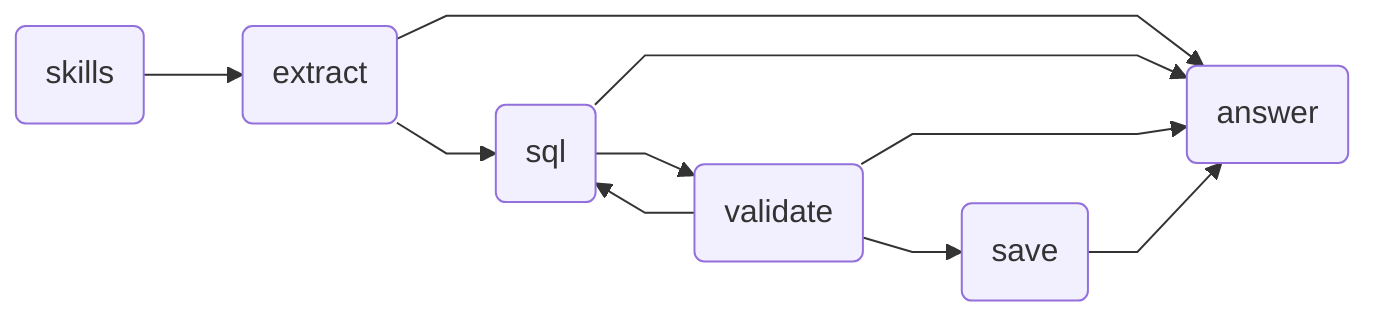
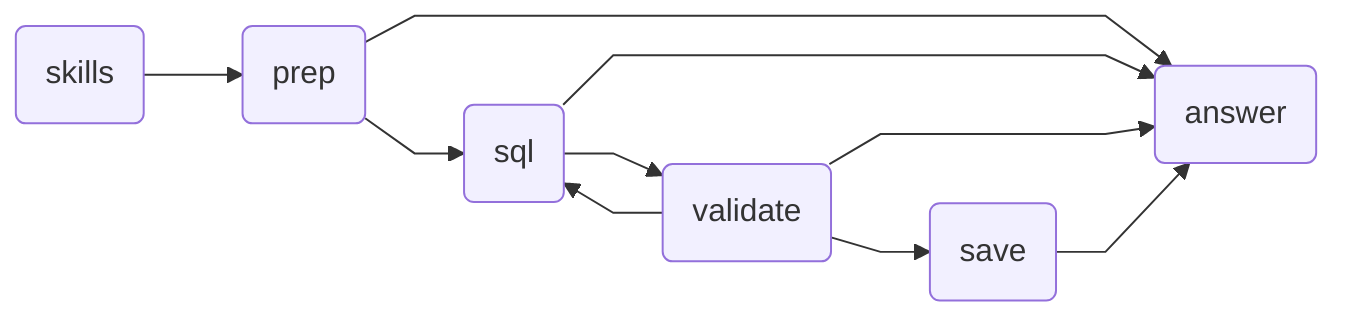
---
config:
  flowchart:
    curve: linear
---
graph LR;
	skills(skills)
- 	extract(extract)
+ 	prep(prep)
	sql(sql)
	validate(validate)
	save(save)
	answer(answer)
- 	extract --> answer;
- 	extract --> sql;
+ 	prep --> answer;
+ 	prep --> sql;
	save --> answer;
- 	skills --> extract;
+ 	skills --> prep;
	sql --> answer;
	sql --> validate;
	validate --> answer;
	validate --> save;
	validate --> sql;
	classDef default fill:#f2f0ff,line-height:1.2
	classDef first fill-opacity:0
	classDef last fill:#bfb6fc
